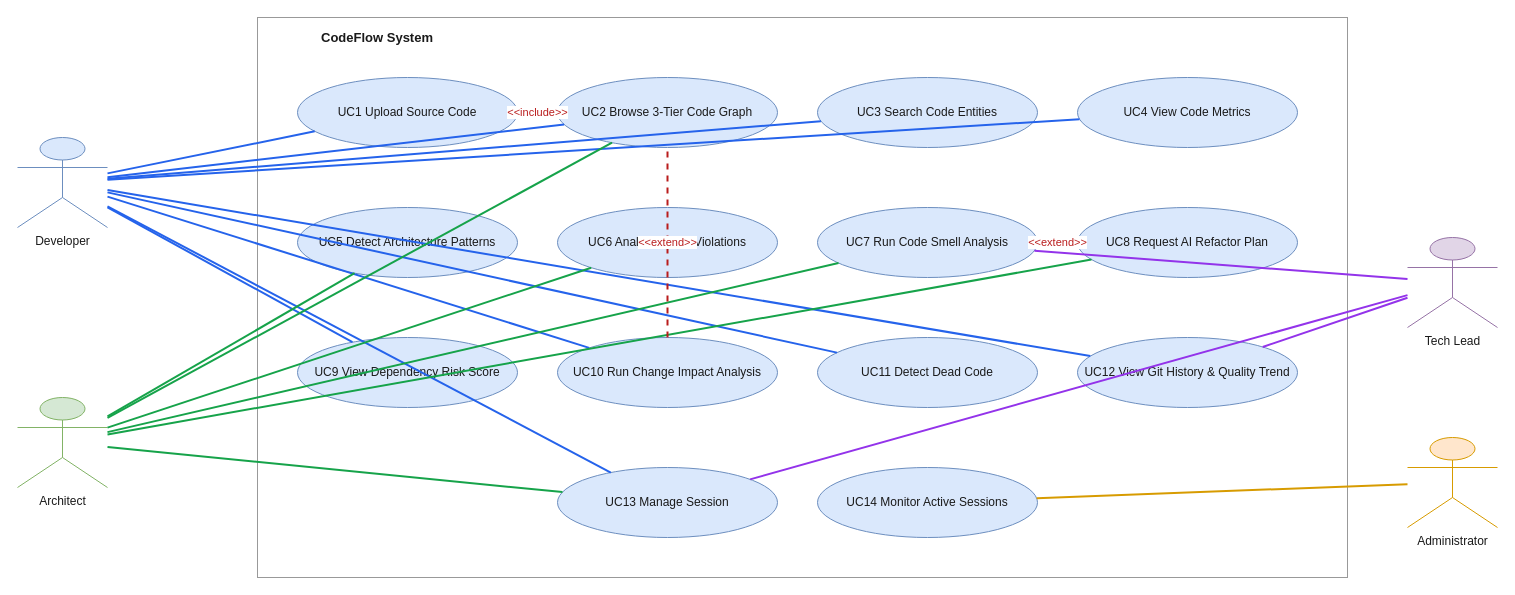
Earlier version of the draw.io diagram docs/srs_diagrams/03_use_case_diagram.drawio (farjanasarker/Code_Base_Visualisation). Source tidied: cells renumbered, new cells numbered last; positions are measured from the earlier drawing's top-left corner, leaving out a move shared by most shapes. Both pictures are drawn from the tidied source at 100%, with x=0, y=0 at pixel (17, 17).
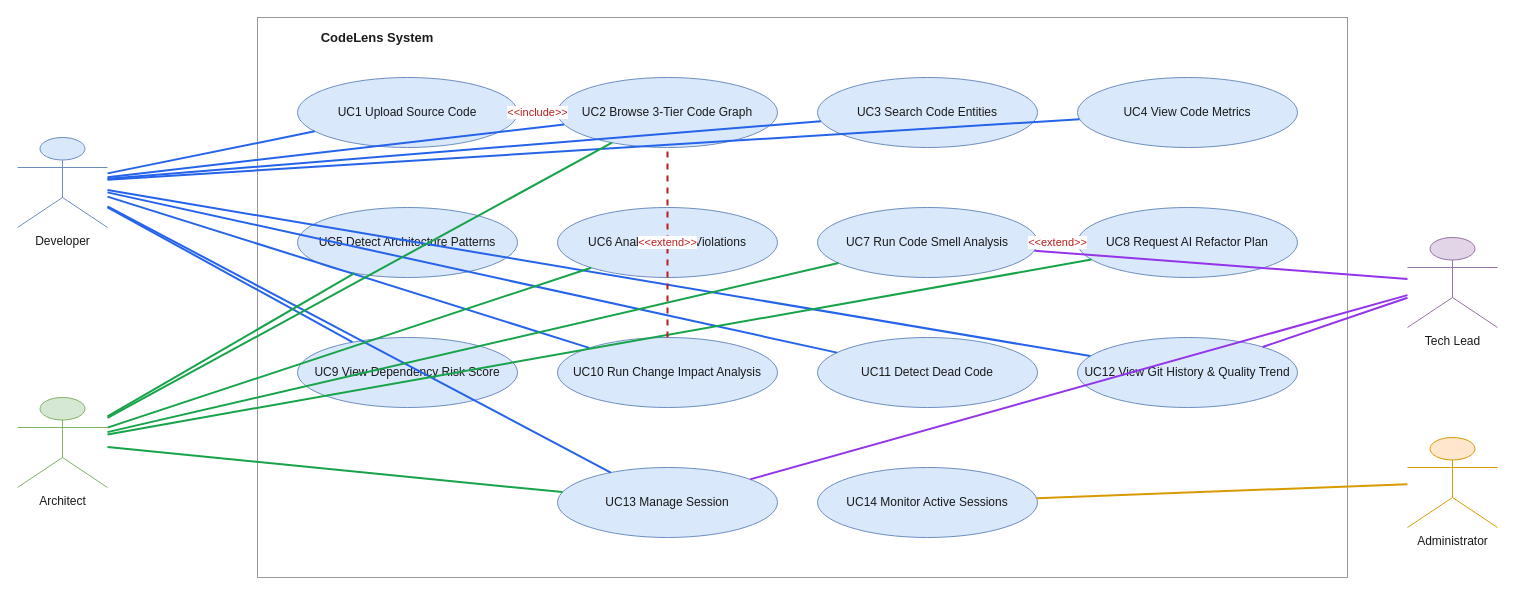
Above is the later version.

The edit, as a diff of the source:
```diff
@@
-    <mxCell id="3" value="CodeFlow System" style="rounded=0;whiteSpace=wrap;html=1;fillColor=#FFFFFF;strokeColor=#FFFFFF;fontSize=13;fontStyle=1;fontColor=#1A1A1A;" parent="1" vertex="1">
+    <mxCell id="3" value="CodeLens System" style="rounded=0;whiteSpace=wrap;html=1;fillColor=#FFFFFF;strokeColor=#FFFFFF;fontSize=13;fontStyle=1;fontColor=#1A1A1A;" parent="1" vertex="1">
       <mxGeometry x="250" y="8" width="220" height="24" as="geometry" />
     </mxCell>
```
